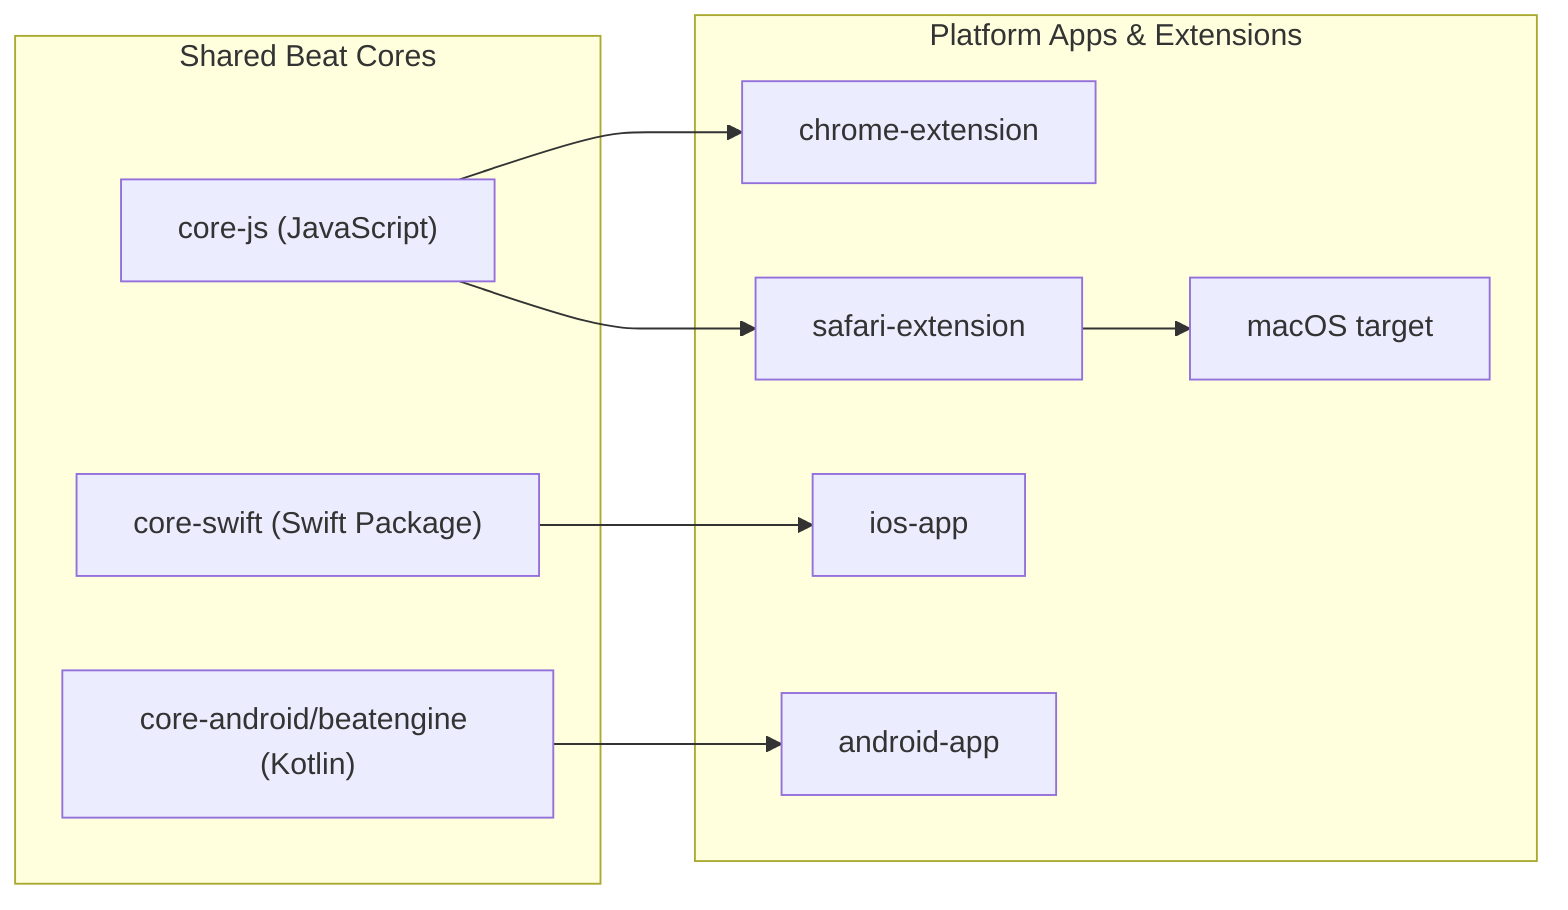
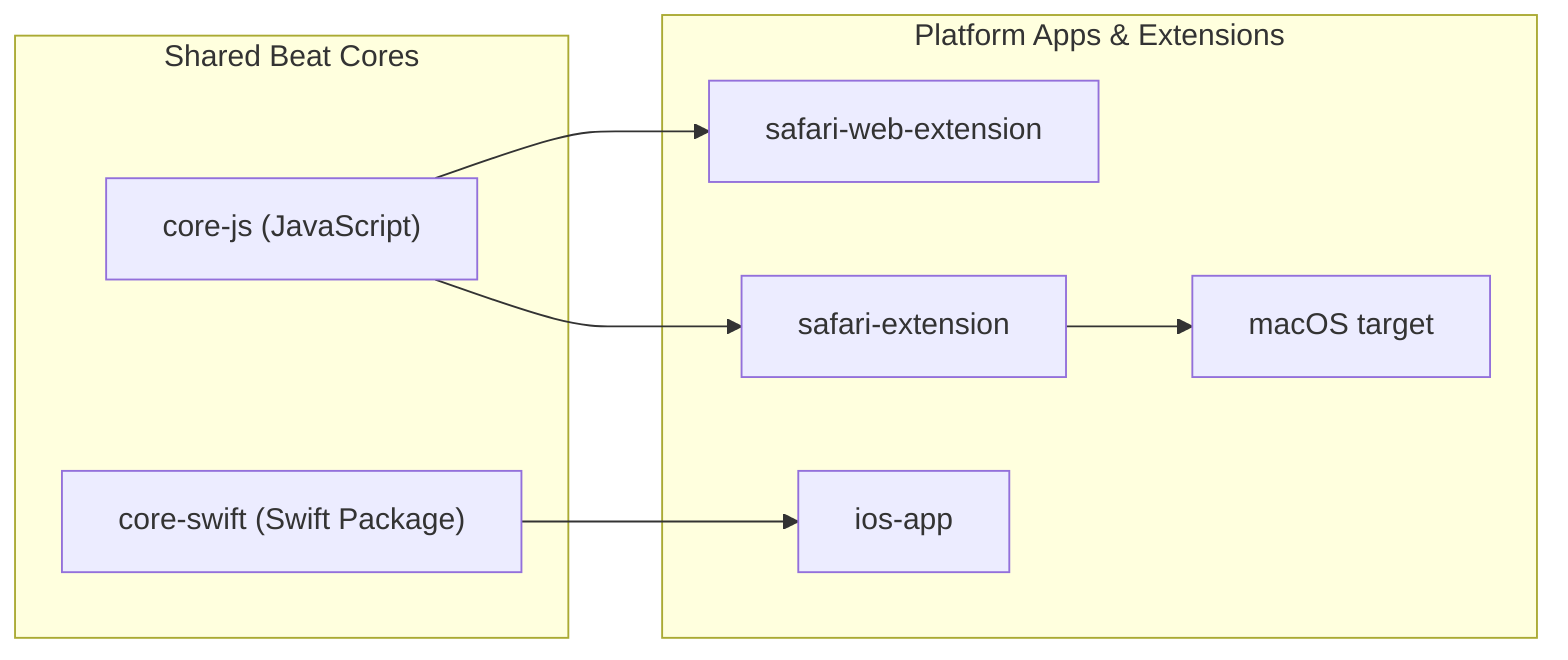
flowchart LR
    subgraph Cores["Shared Beat Cores"]
        JS["core-js (JavaScript)"]
        SW["core-swift (Swift Package)"]
-         KT["core-android/beatengine (Kotlin)"]
    end

    subgraph Platforms["Platform Apps & Extensions"]
-         CH["chrome-extension"]
+         CH["safari-web-extension"]
        SF["safari-extension"]
        IOS["ios-app"]
        MAC["macOS target"]
-         AND["android-app"]
    end

    JS --> CH
    JS --> SF
    SW --> IOS
    SF --> MAC
-     KT --> AND
